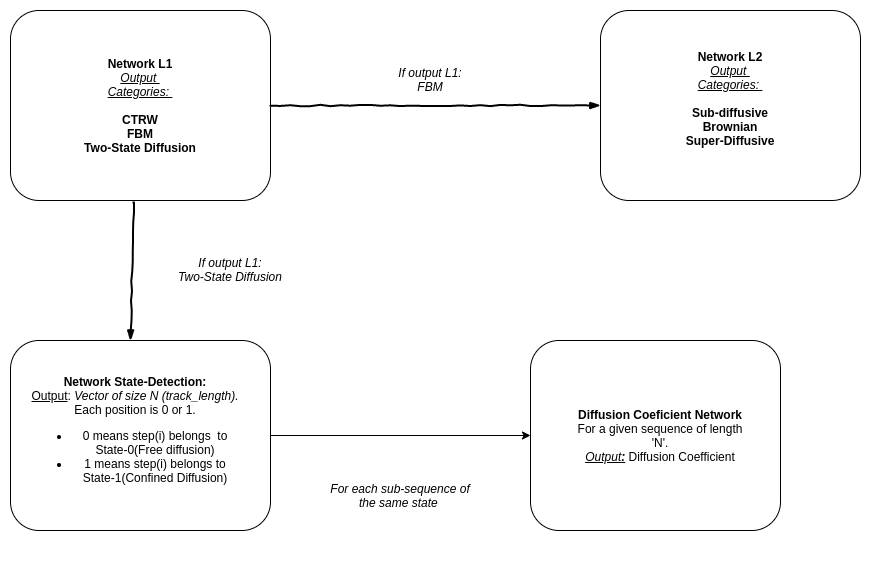
Before: models/networks_diagram.png, a diagram exported from draw.io (hectorbm/DL_anomalous_diffusion). Source tidied: cells renumbered, new cells last; positions are measured from the earlier drawing's top-left corner, leaving out a move shared by most shapes. The source it was exported from:
```xml
<mxGraphModel>
  <root>
    <mxCell id="0" />
    <mxCell id="1" parent="0" />
    <mxCell id="2" style="rounded=1;whiteSpace=wrap;html=1;" parent="1" vertex="1">
      <mxGeometry width="260" height="190" as="geometry" />
    </mxCell>
    <mxCell id="3" value="&lt;b&gt;Network L1&lt;/b&gt;&lt;br&gt;&lt;i&gt;&lt;u&gt;Output &lt;br&gt;Categories: &lt;br&gt;&lt;/u&gt;&lt;/i&gt;&lt;br&gt;&lt;b&gt;CTRW&lt;br&gt;FBM&lt;br&gt;Two-State Diffusion&lt;/b&gt;" style="text;html=1;strokeColor=none;fillColor=none;align=center;verticalAlign=middle;whiteSpace=wrap;rounded=0;" parent="1" vertex="1">
      <mxGeometry x="60" y="57.5" width="140" height="75" as="geometry" />
    </mxCell>
    <mxCell id="4" style="rounded=0;comic=1;strokeWidth=2;endArrow=blockThin;html=1;fontFamily=Comic Sans MS;fontStyle=1;exitX=1;exitY=0.5;exitDx=0;exitDy=0;entryX=0;entryY=0.5;entryDx=0;entryDy=0;" parent="1" edge="1" source="2" target="5">
      <mxGeometry relative="1" as="geometry" />
    </mxCell>
    <mxCell id="5" style="rounded=1;whiteSpace=wrap;html=1;" parent="1" vertex="1">
      <mxGeometry x="590" width="260" height="190" as="geometry" />
    </mxCell>
    <mxCell id="6" value="&lt;i&gt;If output L1:&lt;br&gt;FBM&lt;/i&gt;" style="text;html=1;strokeColor=none;fillColor=none;align=center;verticalAlign=middle;whiteSpace=wrap;rounded=0;" parent="1" vertex="1">
      <mxGeometry x="320" y="40" width="200" height="57.5" as="geometry" />
    </mxCell>
    <mxCell id="7" value="&lt;b&gt;Network L2&lt;/b&gt;&lt;br&gt;&lt;i&gt;&lt;u&gt;Output &lt;br&gt;Categories: &lt;br&gt;&lt;/u&gt;&lt;/i&gt;&lt;br&gt;&lt;b&gt;Sub-diffusive&lt;br&gt;Brownian&lt;br&gt;Super-Diffusive&lt;br&gt;&lt;/b&gt;" style="text;html=1;strokeColor=none;fillColor=none;align=center;verticalAlign=middle;whiteSpace=wrap;rounded=0;" parent="1" vertex="1">
      <mxGeometry x="650" y="50" width="140" height="75" as="geometry" />
    </mxCell>
    <mxCell id="8" style="rounded=0;comic=1;strokeWidth=2;endArrow=blockThin;html=1;fontFamily=Comic Sans MS;fontStyle=1;exitX=0.473;exitY=1.011;exitDx=0;exitDy=0;exitPerimeter=0;" parent="1" edge="1" source="2">
      <mxGeometry relative="1" as="geometry">
        <mxPoint x="120" y="330" as="targetPoint" />
      </mxGeometry>
    </mxCell>
    <mxCell id="9" value="&lt;i&gt;If output L1:&lt;br&gt;Two-State Diffusion&lt;/i&gt;" style="text;html=1;strokeColor=none;fillColor=none;align=center;verticalAlign=middle;whiteSpace=wrap;rounded=0;" parent="1" vertex="1">
      <mxGeometry x="120" y="230" width="200" height="57.5" as="geometry" />
    </mxCell>
    <mxCell id="10" style="rounded=1;whiteSpace=wrap;html=1;" parent="1" vertex="1">
      <mxGeometry y="330" width="260" height="190" as="geometry" />
    </mxCell>
    <mxCell id="11" value="&lt;b&gt;Network State-Detection:&lt;/b&gt;&lt;br&gt;&lt;u&gt;Output&lt;/u&gt;: &lt;i&gt;Vector of size N (track_length).&lt;/i&gt;&lt;br&gt;Each position is 0 or 1.&lt;br&gt;&lt;ul&gt;&lt;li&gt;0 means step(i) belongs&amp;nbsp; to State-0(Free diffusion)&lt;/li&gt;&lt;li&gt;1 means step(i) belongs to State-1(Confined Diffusion)&lt;/li&gt;&lt;/ul&gt;" style="text;html=1;strokeColor=none;fillColor=none;align=center;verticalAlign=middle;whiteSpace=wrap;rounded=0;" parent="1" vertex="1">
      <mxGeometry x="20" y="355" width="210" height="140" as="geometry" />
    </mxCell>
    <mxCell id="12" style="endArrow=classic;html=1;exitX=1;exitY=0.5;exitDx=0;exitDy=0;" parent="1" edge="1" source="10">
      <mxGeometry relative="1" as="geometry">
        <mxPoint x="520" y="425" as="targetPoint" />
      </mxGeometry>
    </mxCell>
    <mxCell id="13" style="rounded=1;whiteSpace=wrap;html=1;" parent="1" vertex="1">
      <mxGeometry x="520" y="330" width="250" height="190" as="geometry" />
    </mxCell>
    <mxCell id="14" value="&lt;b&gt;Diffusion Coeficient Network&lt;/b&gt;&lt;br&gt;For a given sequence of length 'N'.&lt;br&gt;&lt;i&gt;&lt;u&gt;Output&lt;b&gt;:&lt;/b&gt;&lt;/u&gt;&lt;/i&gt; Diffusion Coefficient" style="text;html=1;strokeColor=none;fillColor=none;align=center;verticalAlign=middle;whiteSpace=wrap;rounded=0;" parent="1" vertex="1">
      <mxGeometry x="560" y="345" width="180" height="160" as="geometry" />
    </mxCell>
    <mxCell id="15" value="&lt;i&gt;For each sub-sequence of the same state&amp;nbsp;&lt;/i&gt;" style="text;html=1;strokeColor=none;fillColor=none;align=center;verticalAlign=middle;whiteSpace=wrap;rounded=0;" parent="1" vertex="1">
      <mxGeometry x="310" y="430" width="160" height="110" as="geometry" />
    </mxCell>
  </root>
</mxGraphModel>
```
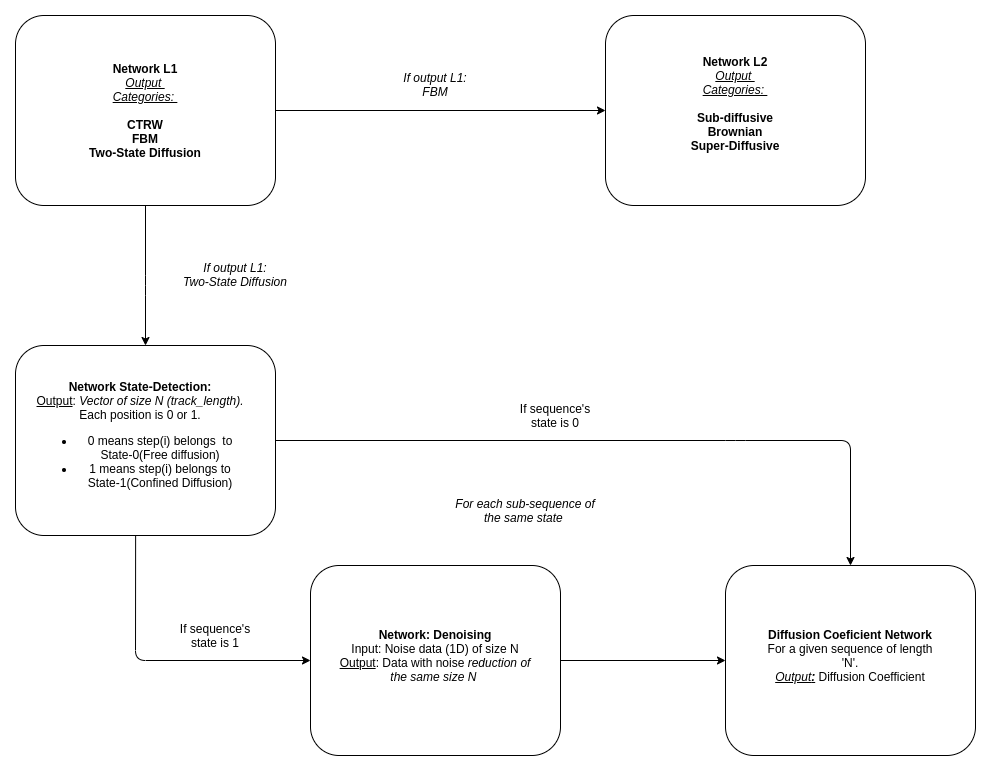
The same diagram one commit later.

Commit message:
Updated readme.Bug fixed generator with noisy data

Change to the diagram source:
```diff
@@ -8,9 +8,6 @@
     <mxCell id="3" value="&lt;b&gt;Network L1&lt;/b&gt;&lt;br&gt;&lt;i&gt;&lt;u&gt;Output &lt;br&gt;Categories: &lt;br&gt;&lt;/u&gt;&lt;/i&gt;&lt;br&gt;&lt;b&gt;CTRW&lt;br&gt;FBM&lt;br&gt;Two-State Diffusion&lt;/b&gt;" style="text;html=1;strokeColor=none;fillColor=none;align=center;verticalAlign=middle;whiteSpace=wrap;rounded=0;" parent="1" vertex="1">
       <mxGeometry x="60" y="57.5" width="140" height="75" as="geometry" />
     </mxCell>
-    <mxCell id="4" style="rounded=0;comic=1;strokeWidth=2;endArrow=blockThin;html=1;fontFamily=Comic Sans MS;fontStyle=1;exitX=1;exitY=0.5;exitDx=0;exitDy=0;entryX=0;entryY=0.5;entryDx=0;entryDy=0;" parent="1" edge="1" source="2" target="5">
-      <mxGeometry relative="1" as="geometry" />
-    </mxCell>
     <mxCell id="5" style="rounded=1;whiteSpace=wrap;html=1;" parent="1" vertex="1">
       <mxGeometry x="590" width="260" height="190" as="geometry" />
     </mxCell>
@@ -20,11 +17,6 @@
     <mxCell id="7" value="&lt;b&gt;Network L2&lt;/b&gt;&lt;br&gt;&lt;i&gt;&lt;u&gt;Output &lt;br&gt;Categories: &lt;br&gt;&lt;/u&gt;&lt;/i&gt;&lt;br&gt;&lt;b&gt;Sub-diffusive&lt;br&gt;Brownian&lt;br&gt;Super-Diffusive&lt;br&gt;&lt;/b&gt;" style="text;html=1;strokeColor=none;fillColor=none;align=center;verticalAlign=middle;whiteSpace=wrap;rounded=0;" parent="1" vertex="1">
       <mxGeometry x="650" y="50" width="140" height="75" as="geometry" />
     </mxCell>
-    <mxCell id="8" style="rounded=0;comic=1;strokeWidth=2;endArrow=blockThin;html=1;fontFamily=Comic Sans MS;fontStyle=1;exitX=0.473;exitY=1.011;exitDx=0;exitDy=0;exitPerimeter=0;" parent="1" edge="1" source="2">
-      <mxGeometry relative="1" as="geometry">
-        <mxPoint x="120" y="330" as="targetPoint" />
-      </mxGeometry>
-    </mxCell>
     <mxCell id="9" value="&lt;i&gt;If output L1:&lt;br&gt;Two-State Diffusion&lt;/i&gt;" style="text;html=1;strokeColor=none;fillColor=none;align=center;verticalAlign=middle;whiteSpace=wrap;rounded=0;" parent="1" vertex="1">
       <mxGeometry x="120" y="230" width="200" height="57.5" as="geometry" />
     </mxCell>
@@ -34,19 +26,56 @@
     <mxCell id="11" value="&lt;b&gt;Network State-Detection:&lt;/b&gt;&lt;br&gt;&lt;u&gt;Output&lt;/u&gt;: &lt;i&gt;Vector of size N (track_length).&lt;/i&gt;&lt;br&gt;Each position is 0 or 1.&lt;br&gt;&lt;ul&gt;&lt;li&gt;0 means step(i) belongs&amp;nbsp; to State-0(Free diffusion)&lt;/li&gt;&lt;li&gt;1 means step(i) belongs to State-1(Confined Diffusion)&lt;/li&gt;&lt;/ul&gt;" style="text;html=1;strokeColor=none;fillColor=none;align=center;verticalAlign=middle;whiteSpace=wrap;rounded=0;" parent="1" vertex="1">
       <mxGeometry x="20" y="355" width="210" height="140" as="geometry" />
     </mxCell>
-    <mxCell id="12" style="endArrow=classic;html=1;exitX=1;exitY=0.5;exitDx=0;exitDy=0;" parent="1" edge="1" source="10">
+    <mxCell id="12" style="endArrow=classic;html=1;exitX=1;exitY=0.5;exitDx=0;exitDy=0;entryX=0.5;entryY=0;entryDx=0;entryDy=0;" parent="1" edge="1" source="10" target="13">
       <mxGeometry relative="1" as="geometry">
-        <mxPoint x="520" y="425" as="targetPoint" />
+        <Array as="points">
+          <mxPoint x="720" y="425" />
+          <mxPoint x="835" y="425" />
+        </Array>
       </mxGeometry>
     </mxCell>
     <mxCell id="13" style="rounded=1;whiteSpace=wrap;html=1;" parent="1" vertex="1">
-      <mxGeometry x="520" y="330" width="250" height="190" as="geometry" />
+      <mxGeometry x="710" y="550" width="250" height="190" as="geometry" />
     </mxCell>
     <mxCell id="14" value="&lt;b&gt;Diffusion Coeficient Network&lt;/b&gt;&lt;br&gt;For a given sequence of length 'N'.&lt;br&gt;&lt;i&gt;&lt;u&gt;Output&lt;b&gt;:&lt;/b&gt;&lt;/u&gt;&lt;/i&gt; Diffusion Coefficient" style="text;html=1;strokeColor=none;fillColor=none;align=center;verticalAlign=middle;whiteSpace=wrap;rounded=0;" parent="1" vertex="1">
-      <mxGeometry x="560" y="345" width="180" height="160" as="geometry" />
+      <mxGeometry x="745" y="560" width="180" height="160" as="geometry" />
     </mxCell>
     <mxCell id="15" value="&lt;i&gt;For each sub-sequence of the same state&amp;nbsp;&lt;/i&gt;" style="text;html=1;strokeColor=none;fillColor=none;align=center;verticalAlign=middle;whiteSpace=wrap;rounded=0;" parent="1" vertex="1">
-      <mxGeometry x="310" y="430" width="160" height="110" as="geometry" />
+      <mxGeometry x="430" y="440" width="160" height="110" as="geometry" />
     </mxCell>
+    <mxCell id="16" value="If sequence's state is 0" style="text;html=1;strokeColor=none;fillColor=none;align=center;verticalAlign=middle;whiteSpace=wrap;rounded=0;" parent="1" vertex="1">
+      <mxGeometry x="490" y="390" width="100" height="20" as="geometry" />
+    </mxCell>
+    <mxCell id="17" value="If sequence's state is 1" style="text;html=1;strokeColor=none;fillColor=none;align=center;verticalAlign=middle;whiteSpace=wrap;rounded=0;" parent="1" vertex="1">
+      <mxGeometry x="150" y="610" width="100" height="20" as="geometry" />
+    </mxCell>
+    <mxCell id="18" style="endArrow=classic;html=1;exitX=0.462;exitY=1;exitDx=0;exitDy=0;exitPerimeter=0;entryX=0;entryY=0.5;entryDx=0;entryDy=0;" parent="1" edge="1" source="10" target="19">
+      <mxGeometry relative="1" as="geometry">
+        <Array as="points">
+          <mxPoint x="120" y="645" />
+        </Array>
+      </mxGeometry>
+    </mxCell>
+    <mxCell id="19" style="rounded=1;whiteSpace=wrap;html=1;" parent="1" vertex="1">
+      <mxGeometry x="295" y="550" width="250" height="190" as="geometry" />
+    </mxCell>
+    <mxCell id="20" value="&lt;b&gt;Network: Denoising&lt;br&gt;&lt;/b&gt;Input: Noise data (1D) of size N&lt;br&gt;&lt;u&gt;Output&lt;/u&gt;: Data with noise&lt;i&gt;&amp;nbsp;reduction of the same size N&amp;nbsp;&lt;/i&gt;" style="text;html=1;strokeColor=none;fillColor=none;align=center;verticalAlign=middle;whiteSpace=wrap;rounded=0;" parent="1" vertex="1">
+      <mxGeometry x="315" y="570" width="210" height="140" as="geometry" />
+    </mxCell>
+    <mxCell id="21" style="endArrow=classic;html=1;" parent="1" edge="1" source="19">
+      <mxGeometry relative="1" as="geometry">
+        <mxPoint x="710" y="645" as="targetPoint" />
+      </mxGeometry>
+    </mxCell>
+    <mxCell id="22" style="endArrow=classic;html=1;exitX=0.5;exitY=1;exitDx=0;exitDy=0;entryX=0.5;entryY=0;entryDx=0;entryDy=0;" parent="1" edge="1" source="2" target="10">
+      <mxGeometry relative="1" as="geometry">
+        <Array as="points">
+          <mxPoint x="130" y="270" />
+        </Array>
+      </mxGeometry>
+    </mxCell>
+    <mxCell id="4" style="endArrow=classic;html=1;exitX=1;exitY=0.5;exitDx=0;exitDy=0;entryX=0;entryY=0.5;entryDx=0;entryDy=0;" parent="1" edge="1" source="2" target="5">
+      <mxGeometry relative="1" as="geometry" />
+    </mxCell>
   </root>
 </mxGraphModel>
```
